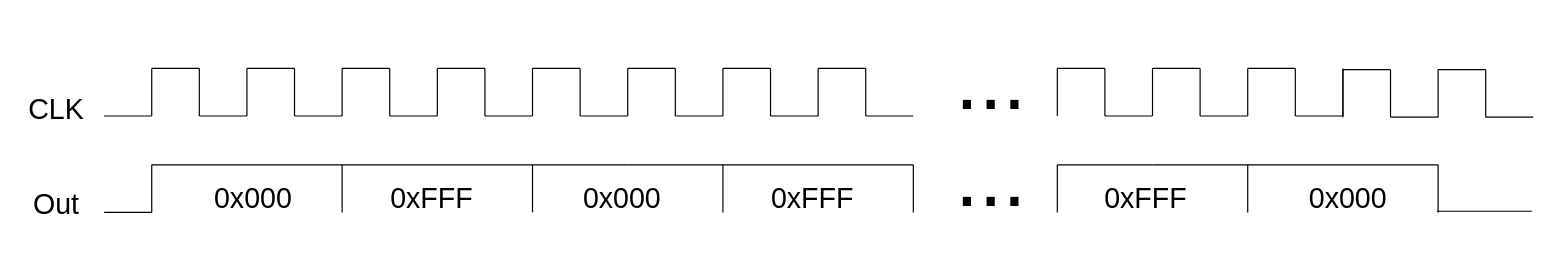
This is Diagrams/CheckerBoard2x2black.drawio from sabarioded/Patterns_Project, a draw.io file, before an edit. Source tidied: cells renumbered, new cells numbered last; positions are measured from the earlier drawing's top-left corner, leaving out a move shared by most shapes. Both pictures are drawn from the tidied source at 119%, with x=0, y=0 at pixel (20, 20).
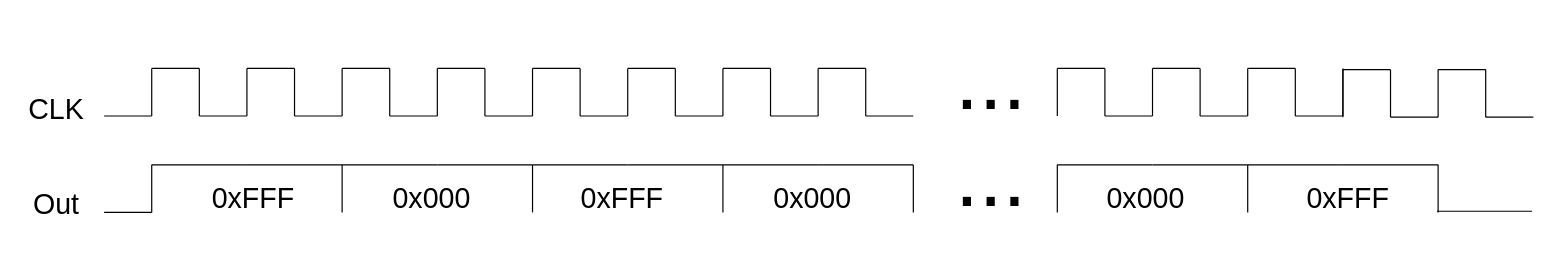
The same page after the edit.

The edit, as a diff of the source:
```diff
@@
-    <mxCell id="51" value="&lt;font style=&quot;font-size: 24px;&quot;&gt;0x000&lt;/font&gt;" style="text;html=1;align=center;verticalAlign=middle;strokeColor=none;fillColor=none;" parent="1" vertex="1">
+    <mxCell id="51" value="&lt;font style=&quot;font-size: 24px;&quot;&gt;0xFFF&lt;/font&gt;" style="text;html=1;align=center;verticalAlign=middle;strokeColor=none;fillColor=none;" parent="1" vertex="1">
       <mxGeometry x="150" y="130" width="90" height="40" as="geometry" />
     </mxCell>
-    <mxCell id="52" value="&lt;font style=&quot;font-size: 24px;&quot;&gt;0xFFF&lt;/font&gt;" style="text;html=1;align=center;verticalAlign=middle;strokeColor=none;fillColor=none;" parent="1" vertex="1">
+    <mxCell id="52" value="&lt;font style=&quot;font-size: 24px;&quot;&gt;0x000&lt;/font&gt;" style="text;html=1;align=center;verticalAlign=middle;strokeColor=none;fillColor=none;" parent="1" vertex="1">
       <mxGeometry x="300" y="130" width="90" height="40" as="geometry" />
     </mxCell>
-    <mxCell id="53" value="&lt;font style=&quot;font-size: 24px;&quot;&gt;0x000&lt;/font&gt;" style="text;html=1;align=center;verticalAlign=middle;strokeColor=none;fillColor=none;" parent="1" vertex="1">
+    <mxCell id="53" value="&lt;font style=&quot;font-size: 24px;&quot;&gt;0xFFF&lt;/font&gt;" style="text;html=1;align=center;verticalAlign=middle;strokeColor=none;fillColor=none;" parent="1" vertex="1">
       <mxGeometry x="460" y="130" width="90" height="40" as="geometry" />
     </mxCell>
-    <mxCell id="54" value="&lt;span style=&quot;font-size: 24px;&quot;&gt;0xFFF&lt;/span&gt;" style="text;html=1;align=center;verticalAlign=middle;strokeColor=none;fillColor=none;" parent="1" vertex="1">
+    <mxCell id="54" value="&lt;span style=&quot;font-size: 24px;&quot;&gt;0x000&lt;/span&gt;" style="text;html=1;align=center;verticalAlign=middle;strokeColor=none;fillColor=none;" parent="1" vertex="1">
       <mxGeometry x="620" y="130" width="90" height="40" as="geometry" />
     </mxCell>
@@
-    <mxCell id="75" value="&lt;font style=&quot;font-size: 24px;&quot;&gt;0xFFF&lt;/font&gt;" style="text;html=1;align=center;verticalAlign=middle;strokeColor=none;fillColor=none;" parent="1" vertex="1">
+    <mxCell id="75" value="&lt;font style=&quot;font-size: 24px;&quot;&gt;0x000&lt;/font&gt;" style="text;html=1;align=center;verticalAlign=middle;strokeColor=none;fillColor=none;" parent="1" vertex="1">
       <mxGeometry x="900" y="130" width="90" height="40" as="geometry" />
     </mxCell>
@@
-    <mxCell id="87" value="&lt;font style=&quot;font-size: 24px;&quot;&gt;0x000&lt;/font&gt;" style="text;html=1;align=center;verticalAlign=middle;strokeColor=none;fillColor=none;" parent="1" vertex="1">
+    <mxCell id="87" value="&lt;font style=&quot;font-size: 24px;&quot;&gt;0xFFF&lt;/font&gt;" style="text;html=1;align=center;verticalAlign=middle;strokeColor=none;fillColor=none;" parent="1" vertex="1">
       <mxGeometry x="1070" y="130" width="90" height="40" as="geometry" />
     </mxCell>
```
